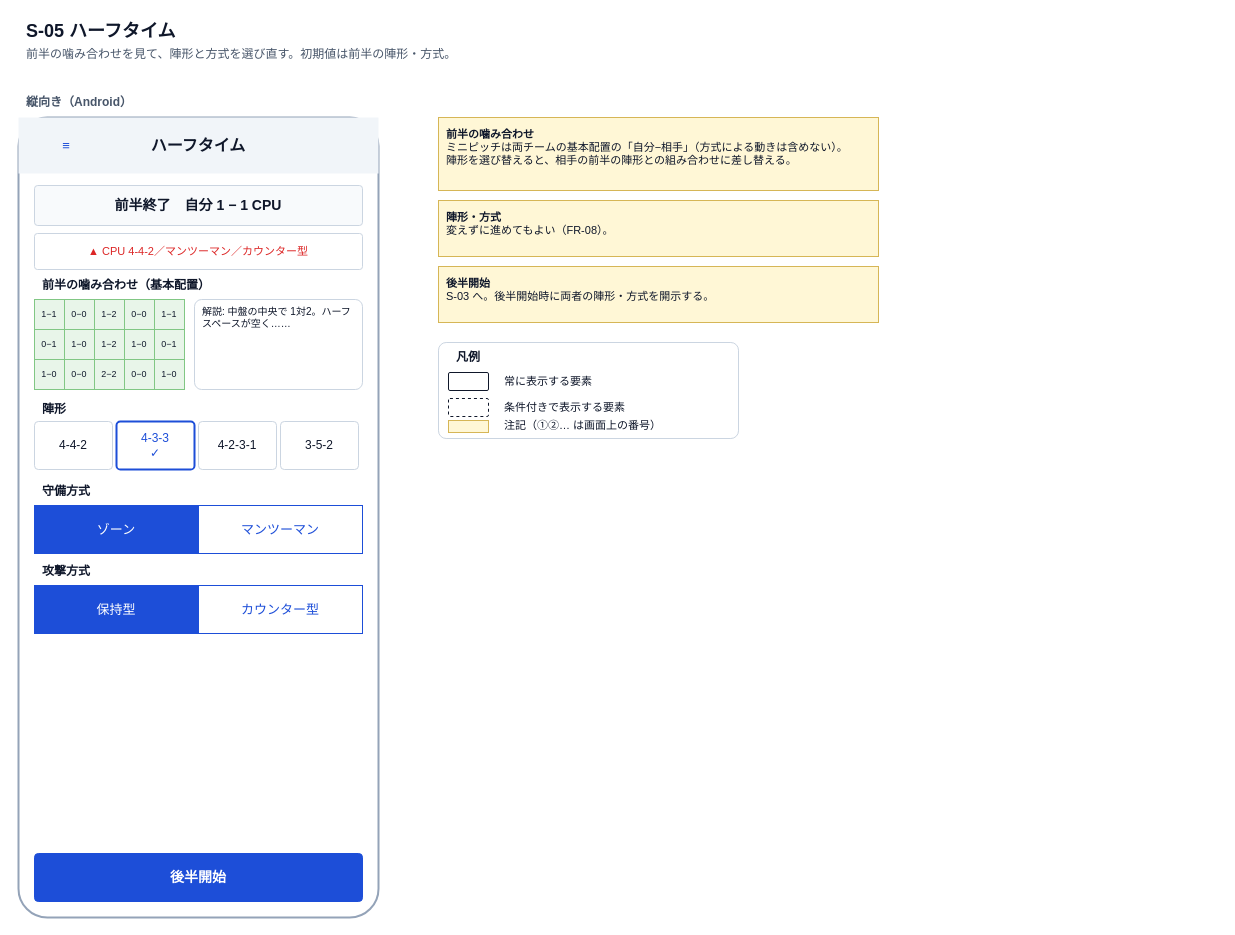
Above: page "wireframe-s05-halftime" (5 of 12) of docs/specs/2_basic-design/wireframes.drawio in n-yata/soccer-sim (draw.io), before the change. Source tidied: cells renumbered, new cells numbered last; positions are measured from the earlier drawing's top-left corner, leaving out a move shared by most shapes. Both pictures are drawn from the tidied source at 100%, with x=0, y=0 at pixel (18, 17).
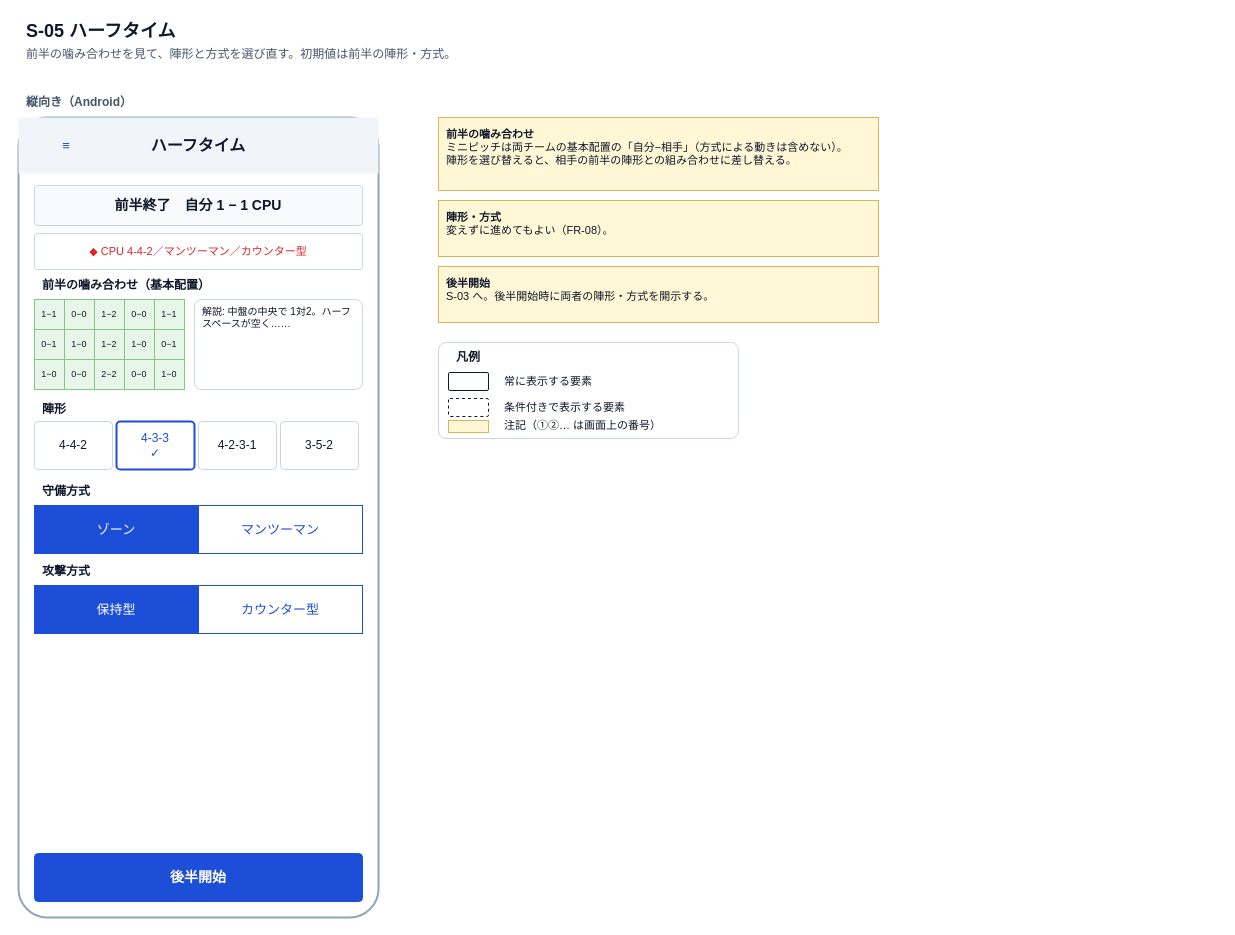
Above is the later version.

Change to the diagram source:
```diff
@@
-    <mxCell id="10" value="&lt;span style='color:#DC2626'&gt;▲ CPU 4-4-2／マンツーマン／カウンター型&lt;/span&gt;" style="rounded=1;arcSize=8;whiteSpace=wrap;html=1;fillColor=#FFFFFF;strokeColor=#CBD5E1;fontSize=11;fontColor=#0F172A;align=center;verticalAlign=middle;spacingLeft=6;spacingRight=6;" parent="1" vertex="1">
+    <mxCell id="10" value="&lt;span style='color:#DC2626'&gt;◆ CPU 4-4-2／マンツーマン／カウンター型&lt;/span&gt;" style="rounded=1;arcSize=8;whiteSpace=wrap;html=1;fillColor=#FFFFFF;strokeColor=#CBD5E1;fontSize=11;fontColor=#0F172A;align=center;verticalAlign=middle;spacingLeft=6;spacingRight=6;" parent="1" vertex="1">
       <mxGeometry x="16" y="216" width="328" height="36" as="geometry" />
     </mxCell>
```
